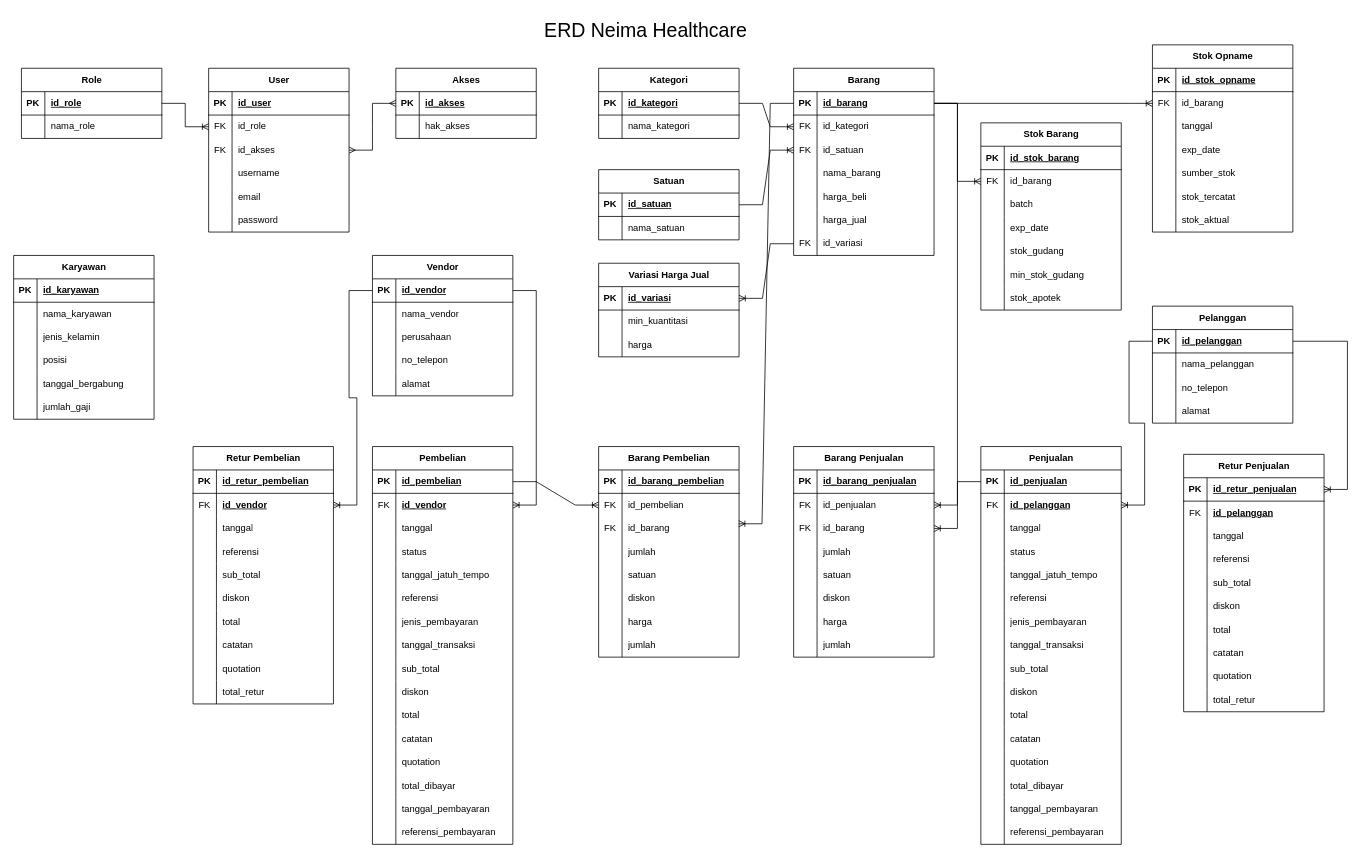
The draw.io diagram Untitled Diagram.drawio in m1tsuha4/apotek, before the edit. Source tidied: cells renumbered, new cells numbered last; positions are measured from the earlier drawing's top-left corner, leaving out a move shared by most shapes. Both pictures are drawn from the tidied source at 78%, with x=0, y=0 at pixel (13, 13).
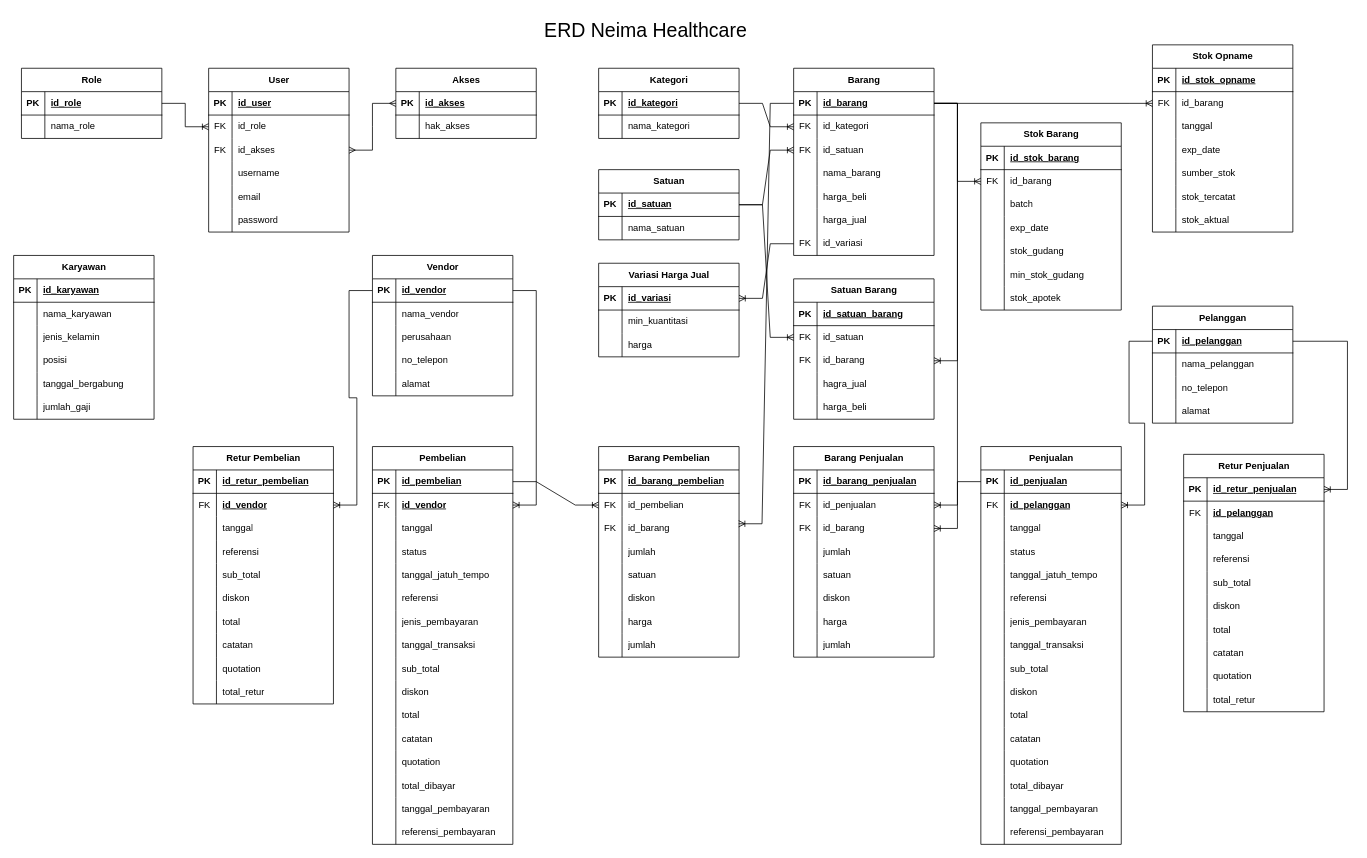
Above is the later version.

The change refers to these unchanged cells:
```xml
<mxCell id="9" value="Barang" style="shape=table;startSize=30;childLayout=tableLayout;rowLines=0;fontStyle=1;align=center;html=1;" parent="1" vertex="1">
  <mxGeometry x="1000" y="70" width="180" height="240" as="geometry" />
</mxCell>
<mxCell id="10" style="shape=tableRow;horizontal=0;startSize=0;swimlaneHead=0;swimlaneBody=0;fillColor=none;points=[[0,0.5],[1,0.5]];portConstraint=eastwest;top=0;left=0;right=0;bottom=1;" parent="9" vertex="1">
  <mxGeometry y="30" width="180" height="30" as="geometry" />
</mxCell>
<mxCell id="138" style="shape=tableRow;horizontal=0;startSize=0;swimlaneHead=0;swimlaneBody=0;fillColor=none;points=[[0,0.5],[1,0.5]];portConstraint=eastwest;top=0;left=0;right=0;bottom=1;" parent="137" vertex="1">
  <mxGeometry y="30" width="180" height="30" as="geometry" />
</mxCell>
```

What changed in the source:
```diff
@@
-    <mxCell id="16" style="shape=tableRow;horizontal=0;startSize=0;swimlaneHead=0;swimlaneBody=0;fillColor=none;points=[[0,0.5],[1,0.5]];portConstraint=eastwest;top=0;left=0;right=0;bottom=0;" parent="9" vertex="1">
-      <mxGeometry y="90" width="180" height="30" as="geometry" />
-    </mxCell>
-    <mxCell id="17" value="FK" style="shape=partialRectangle;fillColor=none;top=0;left=0;bottom=0;right=0;overflow=hidden;whiteSpace=wrap;html=1;" parent="16" vertex="1">
-      <mxGeometry width="30" height="30" as="geometry" />
-    </mxCell>
-    <mxCell id="18" value="id_satuan" style="shape=partialRectangle;fillColor=none;top=0;left=0;bottom=0;right=0;align=left;spacingLeft=6;overflow=hidden;whiteSpace=wrap;html=1;" parent="16" vertex="1">
-      <mxGeometry x="30" width="150" height="30" as="geometry" />
-    </mxCell>
+    <mxCell id="399" style="shape=tableRow;horizontal=0;startSize=0;swimlaneHead=0;swimlaneBody=0;fillColor=none;points=[[0,0.5],[1,0.5]];portConstraint=eastwest;top=0;left=0;right=0;bottom=0;" parent="9" vertex="1">
+      <mxGeometry y="90" width="180" height="30" as="geometry" />
+    </mxCell>
+    <mxCell id="400" value="FK" style="shape=partialRectangle;fillColor=none;top=0;left=0;bottom=0;right=0;overflow=hidden;whiteSpace=wrap;html=1;" parent="399" vertex="1">
+      <mxGeometry width="30" height="30" as="geometry" />
+    </mxCell>
+    <mxCell id="401" value="id_satuan" style="shape=partialRectangle;fillColor=none;top=0;left=0;bottom=0;right=0;align=left;spacingLeft=6;overflow=hidden;whiteSpace=wrap;html=1;" parent="399" vertex="1">
+      <mxGeometry x="30" width="150" height="30" as="geometry" />
+    </mxCell>
@@
-    <mxCell id="145" style="edgeStyle=entityRelationEdgeStyle;fontSize=12;html=1;endArrow=ERoneToMany;rounded=0;entryX=0;entryY=0.5;entryDx=0;entryDy=0;exitX=1;exitY=0.5;exitDx=0;exitDy=0;" parent="1" edge="1" source="138" target="16">
+    <mxCell id="145" style="edgeStyle=entityRelationEdgeStyle;fontSize=12;html=1;endArrow=ERoneToMany;rounded=0;exitX=1;exitY=0.5;exitDx=0;exitDy=0;entryX=0;entryY=0.5;entryDx=0;entryDy=0;" parent="1" edge="1" source="138" target="406">
       <mxGeometry relative="1" as="geometry" />
     </mxCell>
@@
+    <mxCell id="402" value="Satuan Barang" style="shape=table;startSize=30;childLayout=tableLayout;rowLines=0;fontStyle=1;align=center;html=1;" parent="1" vertex="1">
+      <mxGeometry x="1000" y="340" width="180" height="180" as="geometry" />
+    </mxCell>
+    <mxCell id="403" style="shape=tableRow;horizontal=0;startSize=0;swimlaneHead=0;swimlaneBody=0;fillColor=none;top=0;left=0;right=0;bottom=1;" parent="402" vertex="1">
+      <mxGeometry y="30" width="180" height="30" as="geometry" />
+    </mxCell>
+    <mxCell id="404" value="PK" style="shape=partialRectangle;fillColor=none;top=0;left=0;bottom=0;right=0;fontStyle=1;overflow=hidden;whiteSpace=wrap;html=1;" parent="403" vertex="1">
+      <mxGeometry width="30" height="30" as="geometry" />
+    </mxCell>
+    <mxCell id="405" value="id_satuan_barang" style="shape=partialRectangle;fillColor=none;top=0;left=0;bottom=0;right=0;align=left;spacingLeft=6;fontStyle=5;overflow=hidden;whiteSpace=wrap;html=1;" parent="403" vertex="1">
+      <mxGeometry x="30" width="150" height="30" as="geometry" />
+    </mxCell>
+    <mxCell id="406" style="shape=tableRow;horizontal=0;startSize=0;swimlaneHead=0;swimlaneBody=0;fillColor=none;points=[[0,0.5],[1,0.5]];portConstraint=eastwest;top=0;left=0;right=0;bottom=0;" parent="402" vertex="1">
+      <mxGeometry y="60" width="180" height="30" as="geometry" />
+    </mxCell>
+    <mxCell id="407" value="FK" style="shape=partialRectangle;fillColor=none;top=0;left=0;bottom=0;right=0;overflow=hidden;whiteSpace=wrap;html=1;" parent="406" vertex="1">
+      <mxGeometry width="30" height="30" as="geometry" />
+    </mxCell>
+    <mxCell id="408" value="id_satuan" style="shape=partialRectangle;fillColor=none;top=0;left=0;bottom=0;right=0;align=left;spacingLeft=6;overflow=hidden;whiteSpace=wrap;html=1;" parent="406" vertex="1">
+      <mxGeometry x="30" width="150" height="30" as="geometry" />
+    </mxCell>
+    <mxCell id="409" style="shape=tableRow;horizontal=0;startSize=0;swimlaneHead=0;swimlaneBody=0;fillColor=none;points=[[0,0.5],[1,0.5]];portConstraint=eastwest;top=0;left=0;right=0;bottom=0;" parent="402" vertex="1">
+      <mxGeometry y="90" width="180" height="30" as="geometry" />
+    </mxCell>
+    <mxCell id="410" value="FK" style="shape=partialRectangle;fillColor=none;top=0;left=0;bottom=0;right=0;overflow=hidden;whiteSpace=wrap;html=1;" parent="409" vertex="1">
+      <mxGeometry width="30" height="30" as="geometry" />
+    </mxCell>
+    <mxCell id="411" value="id_barang" style="shape=partialRectangle;fillColor=none;top=0;left=0;bottom=0;right=0;align=left;spacingLeft=6;overflow=hidden;whiteSpace=wrap;html=1;" parent="409" vertex="1">
+      <mxGeometry x="30" width="150" height="30" as="geometry" />
+    </mxCell>
+    <mxCell id="412" style="shape=tableRow;horizontal=0;startSize=0;swimlaneHead=0;swimlaneBody=0;fillColor=none;top=0;left=0;right=0;bottom=0;" parent="402" vertex="1">
+      <mxGeometry y="120" width="180" height="30" as="geometry" />
+    </mxCell>
+    <mxCell id="413" style="shape=partialRectangle;fillColor=none;top=0;left=0;bottom=0;right=0;overflow=hidden;whiteSpace=wrap;html=1;" parent="412" vertex="1">
+      <mxGeometry width="30" height="30" as="geometry" />
+    </mxCell>
+    <mxCell id="414" value="hagra_jual" style="shape=partialRectangle;fillColor=none;top=0;left=0;bottom=0;right=0;align=left;spacingLeft=6;overflow=hidden;whiteSpace=wrap;html=1;" parent="412" vertex="1">
+      <mxGeometry x="30" width="150" height="30" as="geometry" />
+    </mxCell>
+    <mxCell id="415" style="shape=tableRow;horizontal=0;startSize=0;swimlaneHead=0;swimlaneBody=0;fillColor=none;top=0;left=0;right=0;bottom=0;" parent="402" vertex="1">
+      <mxGeometry y="150" width="180" height="30" as="geometry" />
+    </mxCell>
+    <mxCell id="416" style="shape=partialRectangle;fillColor=none;top=0;left=0;bottom=0;right=0;overflow=hidden;whiteSpace=wrap;html=1;" parent="415" vertex="1">
+      <mxGeometry width="30" height="30" as="geometry" />
+    </mxCell>
+    <mxCell id="417" value="harga_beli" style="shape=partialRectangle;fillColor=none;top=0;left=0;bottom=0;right=0;align=left;spacingLeft=6;overflow=hidden;whiteSpace=wrap;html=1;" parent="415" vertex="1">
+      <mxGeometry x="30" width="150" height="30" as="geometry" />
+    </mxCell>
+    <mxCell id="418" style="edgeStyle=entityRelationEdgeStyle;fontSize=12;html=1;endArrow=ERoneToMany;rounded=0;entryX=1;entryY=0.5;entryDx=0;entryDy=0;exitX=1;exitY=0.5;exitDx=0;exitDy=0;" parent="1" edge="1" source="10" target="409">
+      <mxGeometry relative="1" as="geometry" />
+    </mxCell>
+    <mxCell id="419" style="edgeStyle=entityRelationEdgeStyle;fontSize=12;html=1;endArrow=ERoneToMany;rounded=0;exitX=1;exitY=0.5;exitDx=0;exitDy=0;entryX=0;entryY=0.5;entryDx=0;entryDy=0;" parent="1" edge="1" source="138" target="399">
+      <mxGeometry relative="1" as="geometry" />
+    </mxCell>
```
